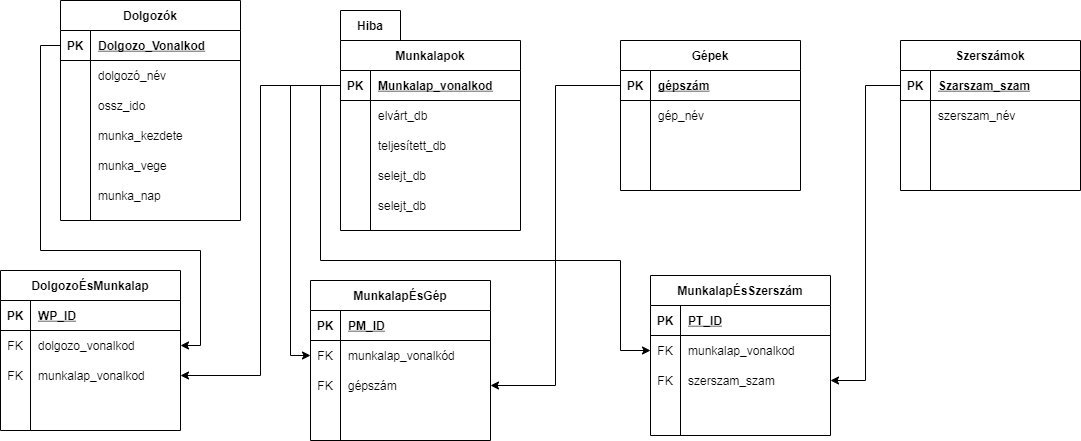
This is database_plan_1_0.png from KerteszZoltan/mesterminal, a draw.io export, as it was before one commit. Source tidied: cells renumbered, new cells last; positions are measured from the earlier drawing's top-left corner, leaving out a move shared by most shapes.
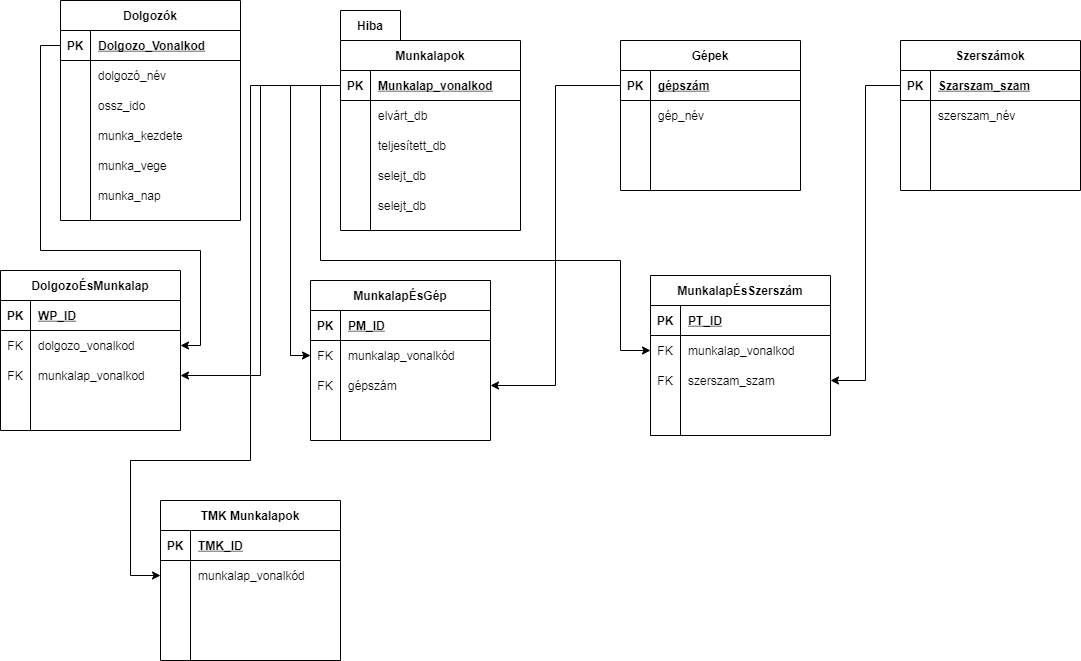
The same file after the commit.

Commit message:
tmk_work_page

Change to the diagram source:
```diff
@@ -334,5 +334,54 @@
     <mxCell id="107" value="munka_nap" style="shape=partialRectangle;fillColor=none;top=0;left=0;bottom=0;right=0;align=left;spacingLeft=6;overflow=hidden;" parent="105" vertex="1">
       <mxGeometry x="30" width="150" height="30" as="geometry" />
     </mxCell>
+    <mxCell id="108" value="TMK Munkalapok" style="shape=table;startSize=30;rowLines=0;fontStyle=1;align=center;" parent="1" vertex="1">
+      <mxGeometry x="160" y="500" width="180" height="160" as="geometry" />
+    </mxCell>
+    <mxCell id="109" style="shape=partialRectangle;fillColor=none;top=0;left=0;bottom=1;right=0;" parent="108" vertex="1">
+      <mxGeometry y="30" width="180" height="30" as="geometry" />
+    </mxCell>
+    <mxCell id="110" value="PK" style="shape=partialRectangle;fillColor=none;top=0;left=0;bottom=0;right=0;fontStyle=1;overflow=hidden;" parent="109" vertex="1">
+      <mxGeometry width="30" height="30" as="geometry" />
+    </mxCell>
+    <mxCell id="111" value="TMK_ID" style="shape=partialRectangle;fillColor=none;top=0;left=0;bottom=0;right=0;align=left;spacingLeft=6;fontStyle=5;overflow=hidden;" parent="109" vertex="1">
+      <mxGeometry x="30" width="150" height="30" as="geometry" />
+    </mxCell>
+    <mxCell id="112" style="shape=partialRectangle;fillColor=none;top=0;left=0;bottom=0;right=0;points=[[0,0.5],[1,0.5]];portConstraint=eastwest;" parent="108" vertex="1">
+      <mxGeometry y="60" width="180" height="30" as="geometry" />
+    </mxCell>
+    <mxCell id="113" style="shape=partialRectangle;fillColor=none;top=0;left=0;bottom=0;right=0;overflow=hidden;" parent="112" vertex="1">
+      <mxGeometry width="30" height="30" as="geometry" />
+    </mxCell>
+    <mxCell id="114" value="munkalap_vonalkód" style="shape=partialRectangle;fillColor=none;top=0;left=0;bottom=0;right=0;align=left;spacingLeft=6;overflow=hidden;" parent="112" vertex="1">
+      <mxGeometry x="30" width="150" height="30" as="geometry" />
+    </mxCell>
+    <mxCell id="115" style="shape=partialRectangle;fillColor=none;top=0;left=0;bottom=0;right=0;" parent="108" vertex="1">
+      <mxGeometry y="90" width="180" height="30" as="geometry" />
+    </mxCell>
+    <mxCell id="116" style="shape=partialRectangle;fillColor=none;top=0;left=0;bottom=0;right=0;overflow=hidden;" parent="115" vertex="1">
+      <mxGeometry width="30" height="30" as="geometry" />
+    </mxCell>
+    <mxCell id="117" style="shape=partialRectangle;fillColor=none;top=0;left=0;bottom=0;right=0;align=left;spacingLeft=6;overflow=hidden;" parent="115" vertex="1">
+      <mxGeometry x="30" width="150" height="30" as="geometry" />
+    </mxCell>
+    <mxCell id="118" style="shape=partialRectangle;fillColor=none;top=0;left=0;bottom=0;right=0;" parent="108" vertex="1">
+      <mxGeometry y="120" width="180" height="30" as="geometry" />
+    </mxCell>
+    <mxCell id="119" style="shape=partialRectangle;fillColor=none;top=0;left=0;bottom=0;right=0;overflow=hidden;" parent="118" vertex="1">
+      <mxGeometry width="30" height="30" as="geometry" />
+    </mxCell>
+    <mxCell id="120" style="shape=partialRectangle;fillColor=none;top=0;left=0;bottom=0;right=0;align=left;spacingLeft=6;overflow=hidden;" parent="118" vertex="1">
+      <mxGeometry x="30" width="150" height="30" as="geometry" />
+    </mxCell>
+    <mxCell id="121" style="edgeStyle=orthogonalEdgeStyle;rounded=0;jettySize=auto;html=1;exitX=0;exitY=0.5;exitDx=0;exitDy=0;entryX=0;entryY=0.5;entryDx=0;entryDy=0;" parent="1" edge="1" source="17" target="112">
+      <mxGeometry relative="1" as="geometry">
+        <Array as="points">
+          <mxPoint x="250" y="85" />
+          <mxPoint x="250" y="460" />
+          <mxPoint x="130" y="460" />
+          <mxPoint x="130" y="575" />
+        </Array>
+      </mxGeometry>
+    </mxCell>
   </root>
 </mxGraphModel>
```
